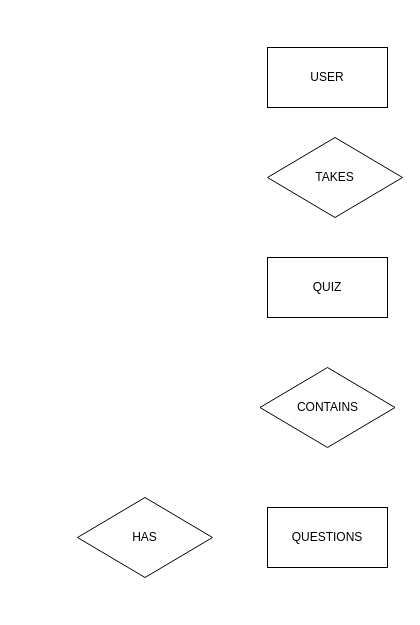
Earlier version of the draw.io diagram Untitled Diagram.drawio (prathamjc/FINALPROJECT). Source tidied: cells renumbered, new cells numbered last; positions are measured from the earlier drawing's top-left corner, leaving out a move shared by most shapes. Both pictures are drawn from the tidied source at 100%, with x=0, y=0 at pixel (77, 47).
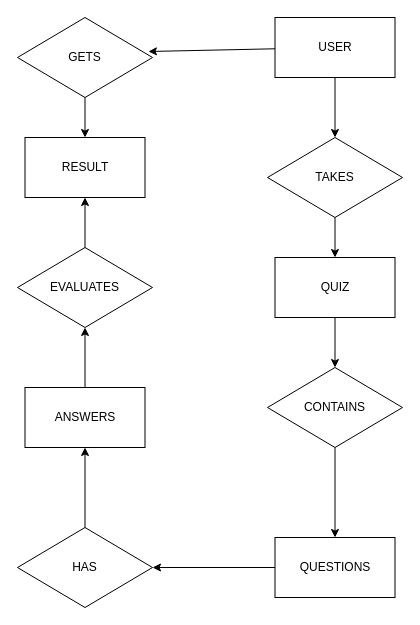
Above is the later version.

Unchanged cells that the change refers to:
```xml
<mxCell id="4" value="TAKES" style="rhombus;whiteSpace=wrap;html=1;" parent="1" vertex="1">
  <mxGeometry x="190" y="90" width="135" height="80" as="geometry" />
</mxCell>
```

What changed in the source:
```diff
@@
     <mxCell id="2" value="USER" style="rounded=0;whiteSpace=wrap;html=1;" parent="1" vertex="1">
-      <mxGeometry x="190" width="120" height="60" as="geometry" />
+      <mxGeometry x="197.5" y="-30" width="120" height="60" as="geometry" />
     </mxCell>
     <mxCell id="3" value="QUIZ" style="rounded=0;whiteSpace=wrap;html=1;" parent="1" vertex="1">
-      <mxGeometry x="190" y="210" width="120" height="60" as="geometry" />
+      <mxGeometry x="197.5" y="210" width="120" height="60" as="geometry" />
     </mxCell>
@@
     <mxCell id="5" value="QUESTIONS" style="rounded=0;whiteSpace=wrap;html=1;" parent="1" vertex="1">
-      <mxGeometry x="190" y="460" width="120" height="60" as="geometry" />
+      <mxGeometry x="197.5" y="490" width="120" height="60" as="geometry" />
     </mxCell>
     <mxCell id="6" value="CONTAINS" style="rhombus;whiteSpace=wrap;html=1;" parent="1" vertex="1">
-      <mxGeometry x="182.5" y="320" width="135" height="80" as="geometry" />
+      <mxGeometry x="190" y="320" width="135" height="80" as="geometry" />
     </mxCell>
     <mxCell id="7" value="HAS" style="rhombus;whiteSpace=wrap;html=1;" parent="1" vertex="1">
-      <mxGeometry y="450" width="135" height="80" as="geometry" />
+      <mxGeometry x="-60" y="480" width="135" height="80" as="geometry" />
     </mxCell>
+    <mxCell id="8" value="ANSWERS" style="rounded=0;whiteSpace=wrap;html=1;" parent="1" vertex="1">
+      <mxGeometry x="-52.5" y="340" width="120" height="60" as="geometry" />
+    </mxCell>
+    <mxCell id="9" value="EVALUATES" style="rhombus;whiteSpace=wrap;html=1;" parent="1" vertex="1">
+      <mxGeometry x="-60" y="200" width="135" height="80" as="geometry" />
+    </mxCell>
+    <mxCell id="10" value="RESULT" style="rounded=0;whiteSpace=wrap;html=1;" parent="1" vertex="1">
+      <mxGeometry x="-52.5" y="90" width="120" height="60" as="geometry" />
+    </mxCell>
+    <mxCell id="11" value="GETS" style="rhombus;whiteSpace=wrap;html=1;" parent="1" vertex="1">
+      <mxGeometry x="-60" y="-30" width="135" height="80" as="geometry" />
+    </mxCell>
+    <mxCell id="12" style="endArrow=classic;html=1;rounded=0;exitX=0.5;exitY=1;exitDx=0;exitDy=0;" parent="1" edge="1" source="2" target="4">
+      <mxGeometry relative="1" as="geometry" />
+    </mxCell>
+    <mxCell id="13" style="endArrow=classic;html=1;rounded=0;exitX=0.5;exitY=1;exitDx=0;exitDy=0;entryX=0.5;entryY=0;entryDx=0;entryDy=0;" parent="1" edge="1" source="4" target="3">
+      <mxGeometry relative="1" as="geometry" />
+    </mxCell>
+    <mxCell id="14" style="endArrow=classic;html=1;rounded=0;exitX=0.5;exitY=1;exitDx=0;exitDy=0;entryX=0.5;entryY=0;entryDx=0;entryDy=0;" parent="1" edge="1" source="3" target="6">
+      <mxGeometry relative="1" as="geometry" />
+    </mxCell>
+    <mxCell id="15" style="endArrow=classic;html=1;rounded=0;exitX=0.5;exitY=1;exitDx=0;exitDy=0;entryX=0.5;entryY=0;entryDx=0;entryDy=0;" parent="1" edge="1" source="6" target="5">
+      <mxGeometry relative="1" as="geometry" />
+    </mxCell>
+    <mxCell id="16" style="endArrow=classic;html=1;rounded=0;entryX=1;entryY=0.5;entryDx=0;entryDy=0;exitX=0;exitY=0.5;exitDx=0;exitDy=0;" parent="1" edge="1" source="5" target="7">
+      <mxGeometry relative="1" as="geometry" />
+    </mxCell>
+    <mxCell id="17" style="endArrow=classic;html=1;rounded=0;entryX=0.5;entryY=1;entryDx=0;entryDy=0;" parent="1" edge="1" source="7" target="8">
+      <mxGeometry relative="1" as="geometry" />
+    </mxCell>
+    <mxCell id="18" style="endArrow=classic;html=1;rounded=0;entryX=0.5;entryY=1;entryDx=0;entryDy=0;exitX=0.5;exitY=0;exitDx=0;exitDy=0;" parent="1" edge="1" source="8" target="9">
+      <mxGeometry relative="1" as="geometry" />
+    </mxCell>
+    <mxCell id="19" style="endArrow=classic;html=1;rounded=0;entryX=0.5;entryY=1;entryDx=0;entryDy=0;exitX=0.5;exitY=0;exitDx=0;exitDy=0;" parent="1" edge="1" source="9" target="10">
+      <mxGeometry relative="1" as="geometry" />
+    </mxCell>
+    <mxCell id="20" style="endArrow=classic;html=1;rounded=0;entryX=0.97;entryY=0.425;entryDx=0;entryDy=0;entryPerimeter=0;" parent="1" edge="1" source="2" target="11">
+      <mxGeometry relative="1" as="geometry" />
+    </mxCell>
+    <mxCell id="21" style="endArrow=classic;html=1;rounded=0;entryX=0.5;entryY=0;entryDx=0;entryDy=0;exitX=0.5;exitY=1;exitDx=0;exitDy=0;" parent="1" edge="1" source="11" target="10">
+      <mxGeometry relative="1" as="geometry" />
+    </mxCell>
```
